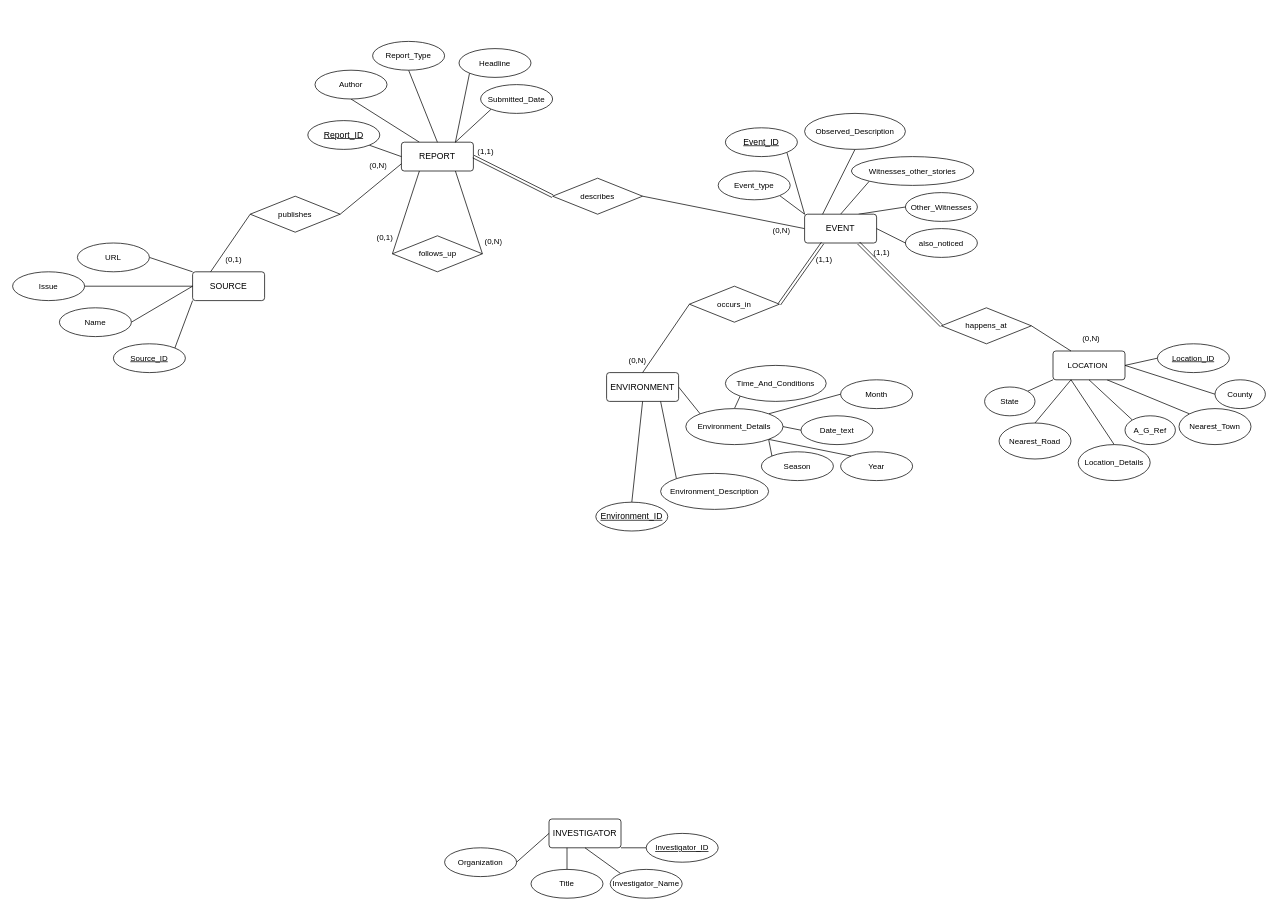
The draw.io diagram bigfoot-diagrams.drawio in Bigfoot-In-Ass/bigfoot-sighting-db, before the edit. Source tidied: cells renumbered, new cells numbered last; positions are measured from the earlier drawing's top-left corner, leaving out a move shared by most shapes. Both pictures are drawn from the tidied source at 72%, with x=0, y=0 at pixel (12, 12).
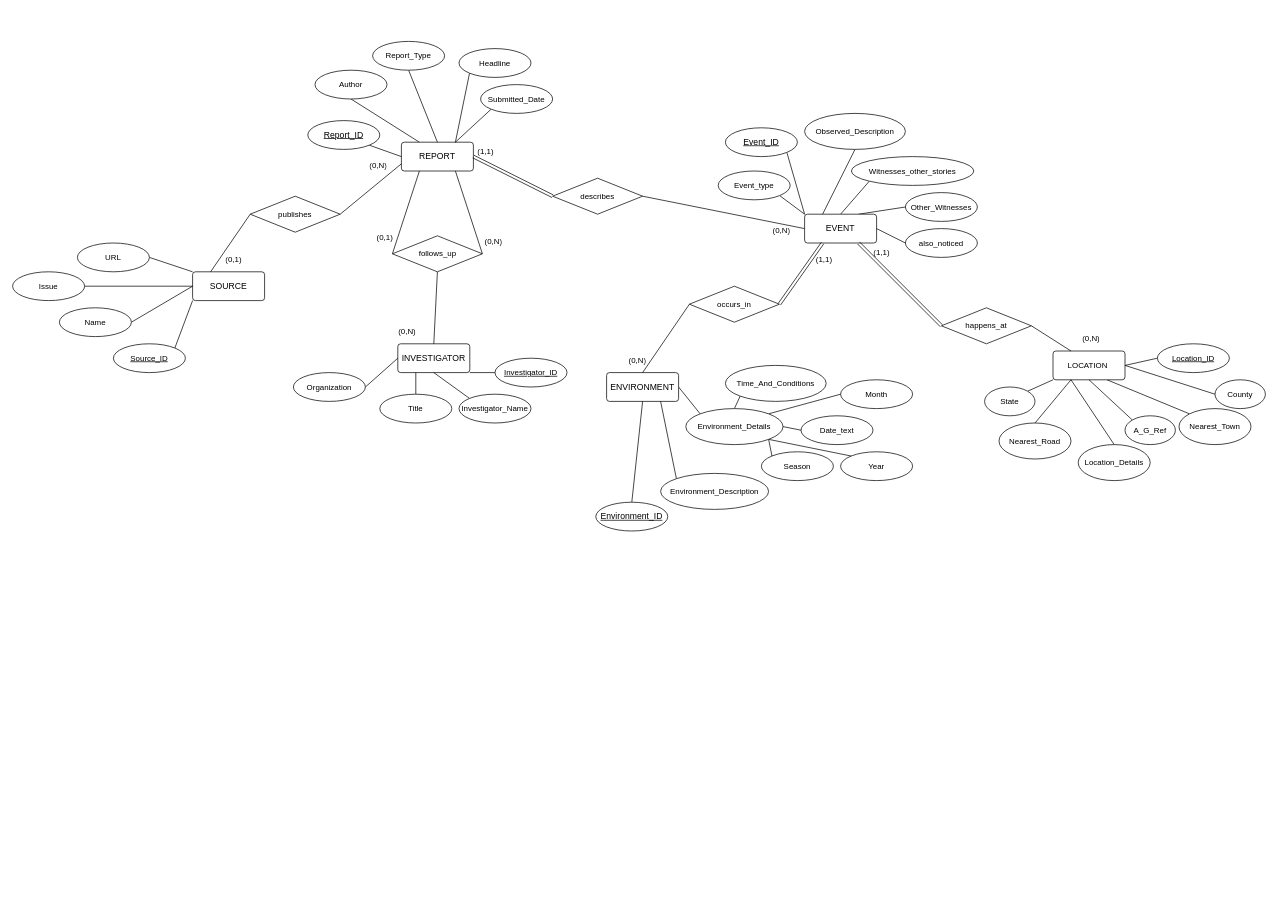
Above is the later version.

Commit message (it also covers changes not shown here):
resource.erd: Exported ERD and pasted to document

Unchanged cells that the change refers to:
```xml
<mxCell id="18" value="INVESTIGATOR" style="rounded=1;arcSize=10;whiteSpace=wrap;html=1;align=center;" parent="17" vertex="1">
  <mxGeometry x="145" width="100" height="40" as="geometry" />
</mxCell>
<mxCell id="78" value="follows_up" style="shape=rhombus;html=1;dashed=0;whiteSpace=wrap;perimeter=rhombusPerimeter;fontFamily=Helvetica;fontSize=11;fontColor=default;labelBackgroundColor=default;" parent="1" vertex="1">
  <mxGeometry x="527.5" y="310" width="125" height="50" as="geometry" />
</mxCell>
```

Change to the diagram source:
```diff
@@
     <mxCell id="17" style="group;" parent="1" vertex="1">
-      <mxGeometry x="600" y="1120" width="380" height="110" as="geometry" />
+      <mxGeometry x="390" y="460" width="380" height="110" as="geometry" />
     </mxCell>
@@
+    <mxCell id="109" style="edgeStyle=none;shape=connector;rounded=1;html=1;exitX=0.5;exitY=1;exitDx=0;exitDy=0;entryX=0.5;entryY=0;entryDx=0;entryDy=0;strokeColor=default;align=center;verticalAlign=middle;fontFamily=Helvetica;fontSize=11;fontColor=default;labelBackgroundColor=default;endArrow=none;endFill=0;" parent="1" edge="1" source="78" target="18">
+      <mxGeometry relative="1" as="geometry" />
+    </mxCell>
@@
+    <mxCell id="110" value="(0,N)" style="text;strokeColor=none;fillColor=none;spacingLeft=4;spacingRight=4;overflow=hidden;fontSize=11;whiteSpace=wrap;html=1;fontFamily=Helvetica;fontColor=default;labelBackgroundColor=default;" parent="1" vertex="1">
+      <mxGeometry x="530" y="430" width="40" height="30" as="geometry" />
+    </mxCell>
```
